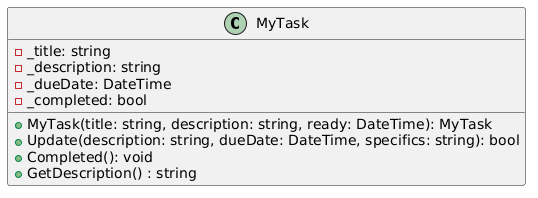
Before: src/assets/img/kmom05/classdiagramMyTask.png, a diagram exported from PlantUML (bth-csharp/website).
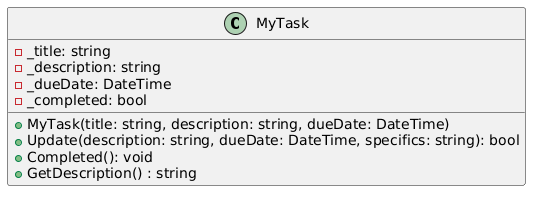
After the change.

Commit message:
Update kmom05 task removed MyTaskHandler och Planner

Diff of the diagram source:
```diff
@@ -6,7 +6,7 @@
     - _dueDate: DateTime
     - _completed: bool
 
-    + MyTask(title: string, description: string, ready: DateTime): MyTask
+    + MyTask(title: string, description: string, dueDate: DateTime)
     + Update(description: string, dueDate: DateTime, specifics: string): bool
     + Completed(): void
     + GetDescription() : string
```
